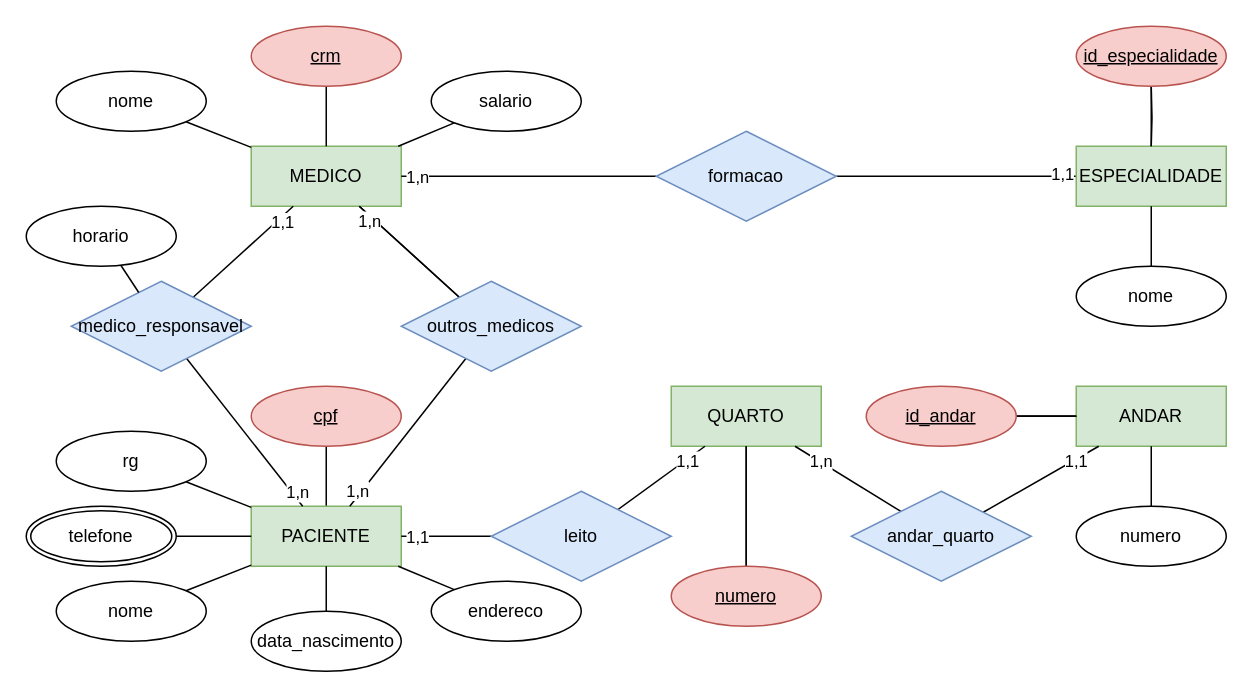
The draw.io diagram ac1-minimundo-clinica.drawio in AristoEinstein/db-fundamentals, before the edit. Source tidied: cells renumbered, new cells numbered last; positions are measured from the earlier drawing's top-left corner, leaving out a move shared by most shapes. Both pictures are drawn from the tidied source at 150%, with x=0, y=0 at pixel (26, 26).
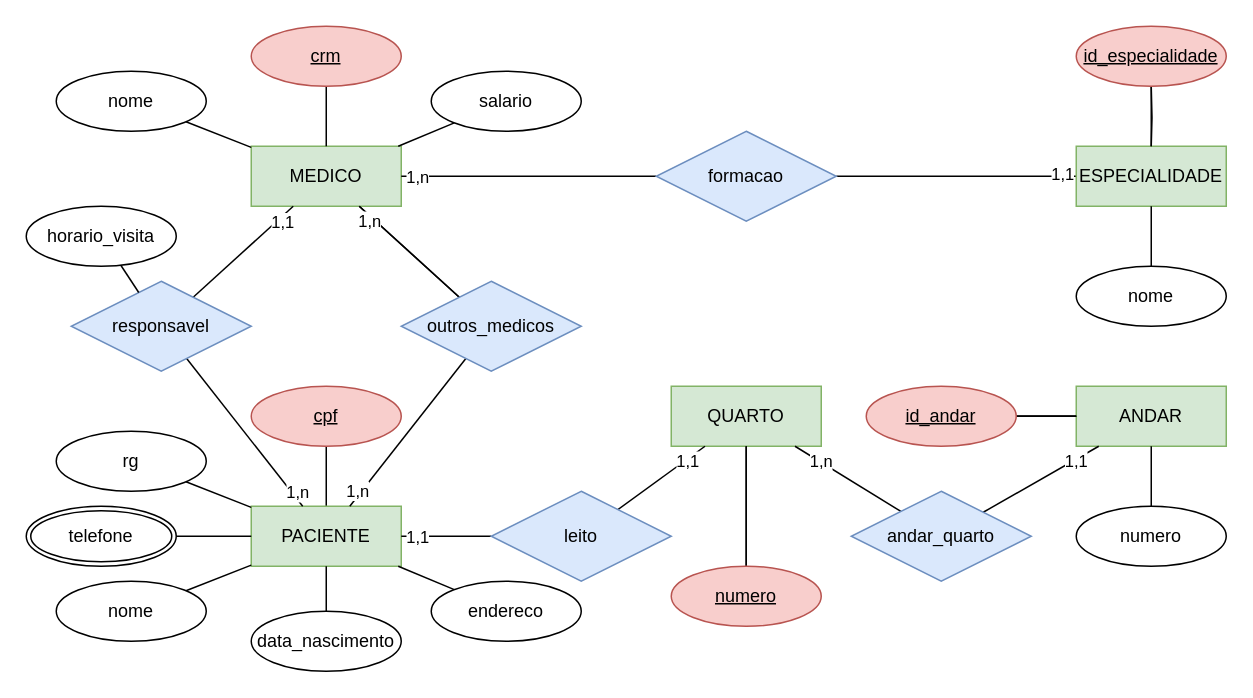
After the change.

Diff of the diagram source:
```diff
@@
-    <mxCell id="32" value="medico_responsavel" style="shape=rhombus;perimeter=rhombusPerimeter;whiteSpace=wrap;html=1;align=center;fillColor=#dae8fc;strokeColor=#6c8ebf;" parent="1" vertex="1">
+    <mxCell id="32" value="responsavel" style="shape=rhombus;perimeter=rhombusPerimeter;whiteSpace=wrap;html=1;align=center;fillColor=#dae8fc;strokeColor=#6c8ebf;" parent="1" vertex="1">
       <mxGeometry x="30" y="170" width="120" height="60" as="geometry" />
     </mxCell>
@@
-    <mxCell id="60" value="horario" style="ellipse;whiteSpace=wrap;html=1;align=center;" parent="1" vertex="1">
+    <mxCell id="60" value="horario_visita" style="ellipse;whiteSpace=wrap;html=1;align=center;" parent="1" vertex="1">
       <mxGeometry y="120" width="100" height="40" as="geometry" />
     </mxCell>
```
